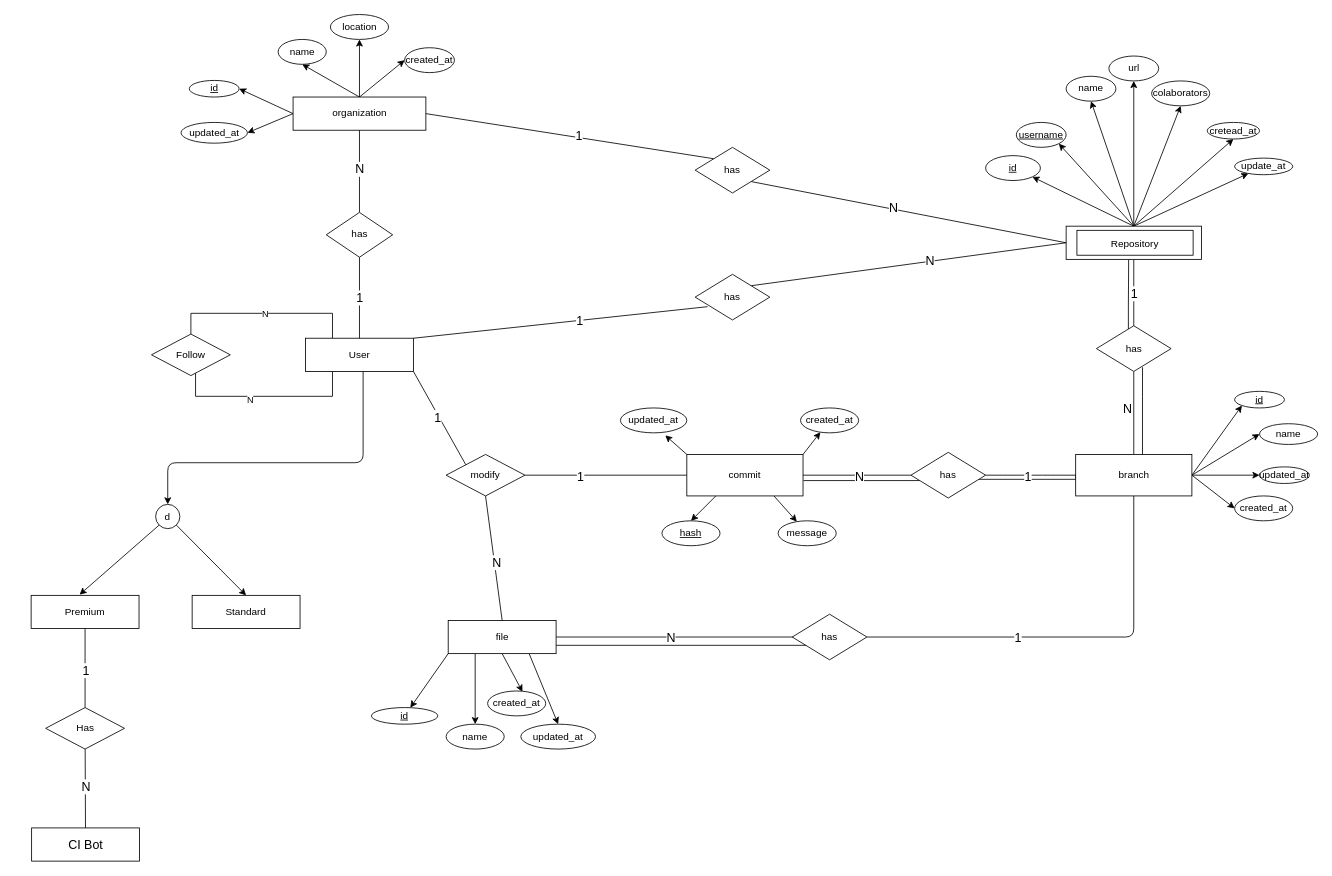
This is ER/GitBoomer Entity-Relationship diagram1.drawio from mateusgomes01/gdi-project-2020-1, a draw.io file, before an edit. Source tidied: cells renumbered, new cells numbered last; positions are measured from the earlier drawing's top-left corner, leaving out a move shared by most shapes. Both pictures are drawn from the tidied source at 83%, with x=0, y=0 at pixel (31, 14).
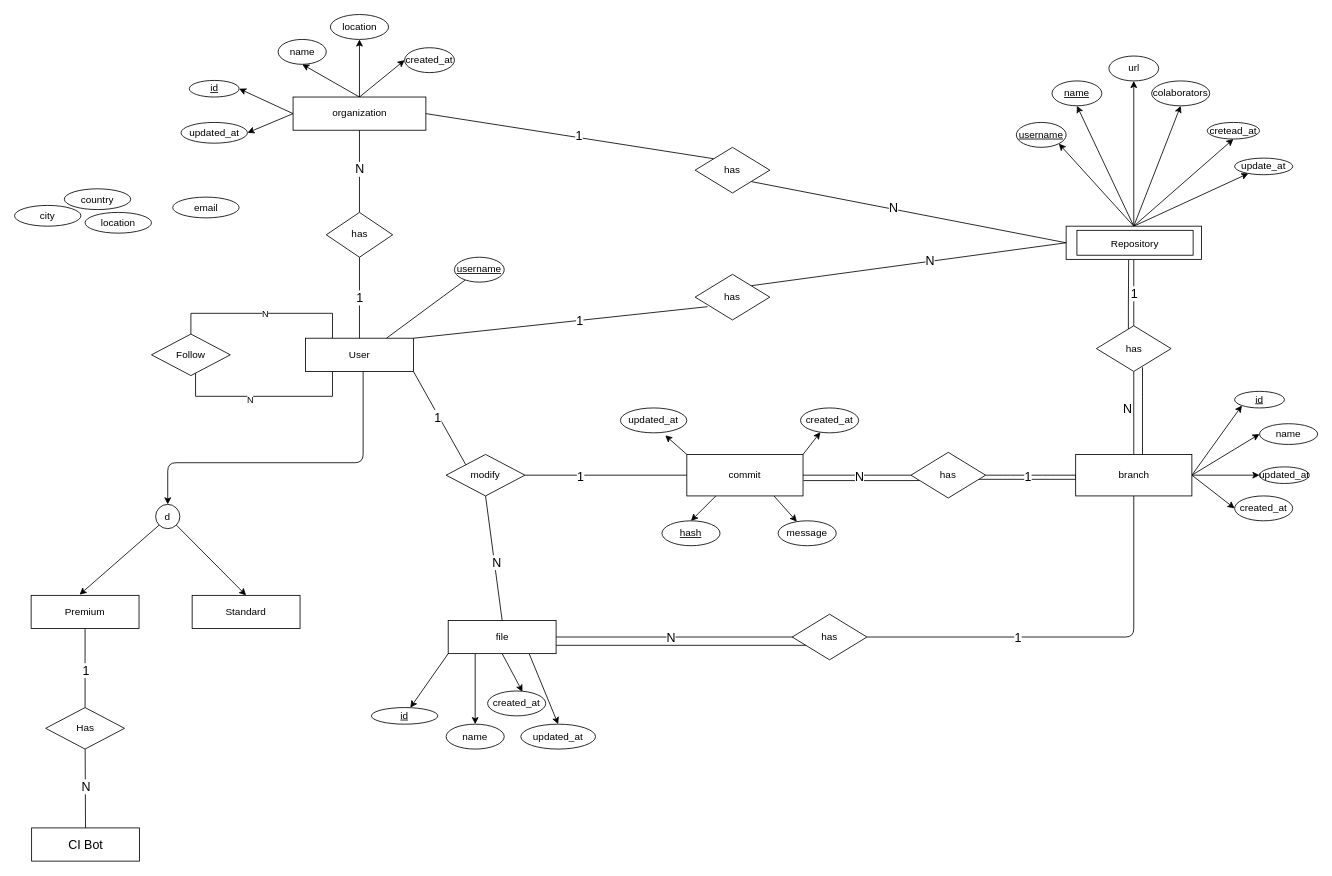
The same page after the edit.

Commit message:
adds multi and composite atribute

The change refers to these unchanged cells:
```xml
<mxCell id="5" value="User" style="whiteSpace=wrap;html=1;align=center;" parent="1" vertex="1">
  <mxGeometry x="330.6" y="390" width="130" height="40" as="geometry" />
</mxCell>
<mxCell id="102" value="repository" style="whiteSpace=wrap;html=1;align=center;" parent="101" vertex="1">
  <mxGeometry width="163" height="40" as="geometry" />
</mxCell>
```

What changed in the source:
```diff
@@
-    <mxCell id="16" style="edgeStyle=none;rounded=0;jettySize=auto;html=1;entryX=1;entryY=1;entryDx=0;entryDy=0;exitX=0.5;exitY=0;exitDx=0;exitDy=0;" parent="1" edge="1" source="102" target="27">
-      <mxGeometry relative="1" as="geometry" />
-    </mxCell>
@@
-    <mxCell id="26" value="name" style="ellipse;whiteSpace=wrap;html=1;align=center;" parent="1" vertex="1">
-      <mxGeometry x="1247" y="74.4" width="60" height="30" as="geometry" />
+    <mxCell id="26" value="&lt;u&gt;name&lt;/u&gt;" style="ellipse;whiteSpace=wrap;html=1;align=center;" parent="1" vertex="1">
+      <mxGeometry x="1230" y="80" width="60" height="30" as="geometry" />
     </mxCell>
-    <mxCell id="27" value="id" style="ellipse;whiteSpace=wrap;html=1;align=center;fontStyle=4;" parent="1" vertex="1">
-      <mxGeometry x="1150" y="170" width="66" height="30" as="geometry" />
-    </mxCell>
@@
+    <mxCell id="118" value="location" style="ellipse;whiteSpace=wrap;html=1;align=center;" parent="1" vertex="1">
+      <mxGeometry x="65" y="238.4" width="80" height="25" as="geometry" />
+    </mxCell>
+    <mxCell id="119" value="city" style="ellipse;whiteSpace=wrap;html=1;align=center;" parent="1" vertex="1">
+      <mxGeometry x="-20" y="230" width="80" height="25" as="geometry" />
+    </mxCell>
+    <mxCell id="120" value="country" style="ellipse;whiteSpace=wrap;html=1;align=center;" parent="1" vertex="1">
+      <mxGeometry x="40" y="210" width="80" height="25" as="geometry" />
+    </mxCell>
+    <mxCell id="121" value="email" style="ellipse;whiteSpace=wrap;html=1;align=center;" parent="1" vertex="1">
+      <mxGeometry x="170.6" y="220" width="80" height="25" as="geometry" />
+    </mxCell>
+    <mxCell id="122" style="rounded=0;jettySize=auto;html=1;entryX=0.75;entryY=0;entryDx=0;entryDy=0;fontSize=15;endArrow=none;endFill=0;" parent="1" edge="1" source="123" target="5">
+      <mxGeometry relative="1" as="geometry" />
+    </mxCell>
+    <mxCell id="123" value="&lt;u&gt;username&lt;/u&gt;" style="ellipse;whiteSpace=wrap;html=1;align=center;" parent="1" vertex="1">
+      <mxGeometry x="510" y="292.4" width="60" height="30" as="geometry" />
+    </mxCell>
```
